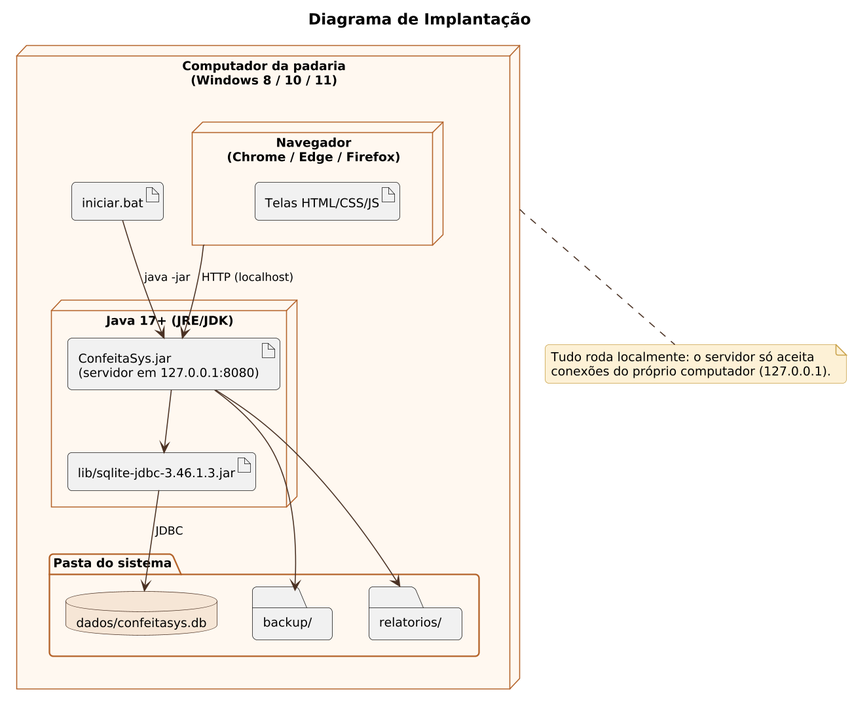
Above: docs/diagramas/png/06_implantacao.png in Hallff/ConfeitaSys (PlantUML), before the change. The source it was exported from:
```plantuml
@startuml
!include _estilo.iuml
title Diagrama de Implantação

node "Computador da padaria\n(Windows 8 / 10 / 11)" as PC {
  node "Navegador\n(Chrome / Edge / Firefox)" as NAV {
    artifact "Telas HTML/CSS/JS" as TELAS
  }
  node "Java 17+ (JRE/JDK)" as JVM {
    artifact "ConfeitaSys.jar\n(servidor em 127.0.0.1:8080)" as JAR
    artifact "lib/sqlite-jdbc-3.46.1.3.jar" as DRV
  }
  folder "Pasta do sistema" {
    database "dados/confeitasys.db" as DB
    folder "backup/" as B
    folder "relatorios/" as R
  }
  artifact "iniciar.bat" as BAT
}

BAT --> JAR : java -jar
NAV --> JAR : HTTP (localhost)
JAR --> DRV
DRV --> DB : JDBC
JAR --> B
JAR --> R
note bottom of PC
  Tudo roda localmente: o servidor só aceita
  conexões do próprio computador (127.0.0.1).
end note
@enduml
```
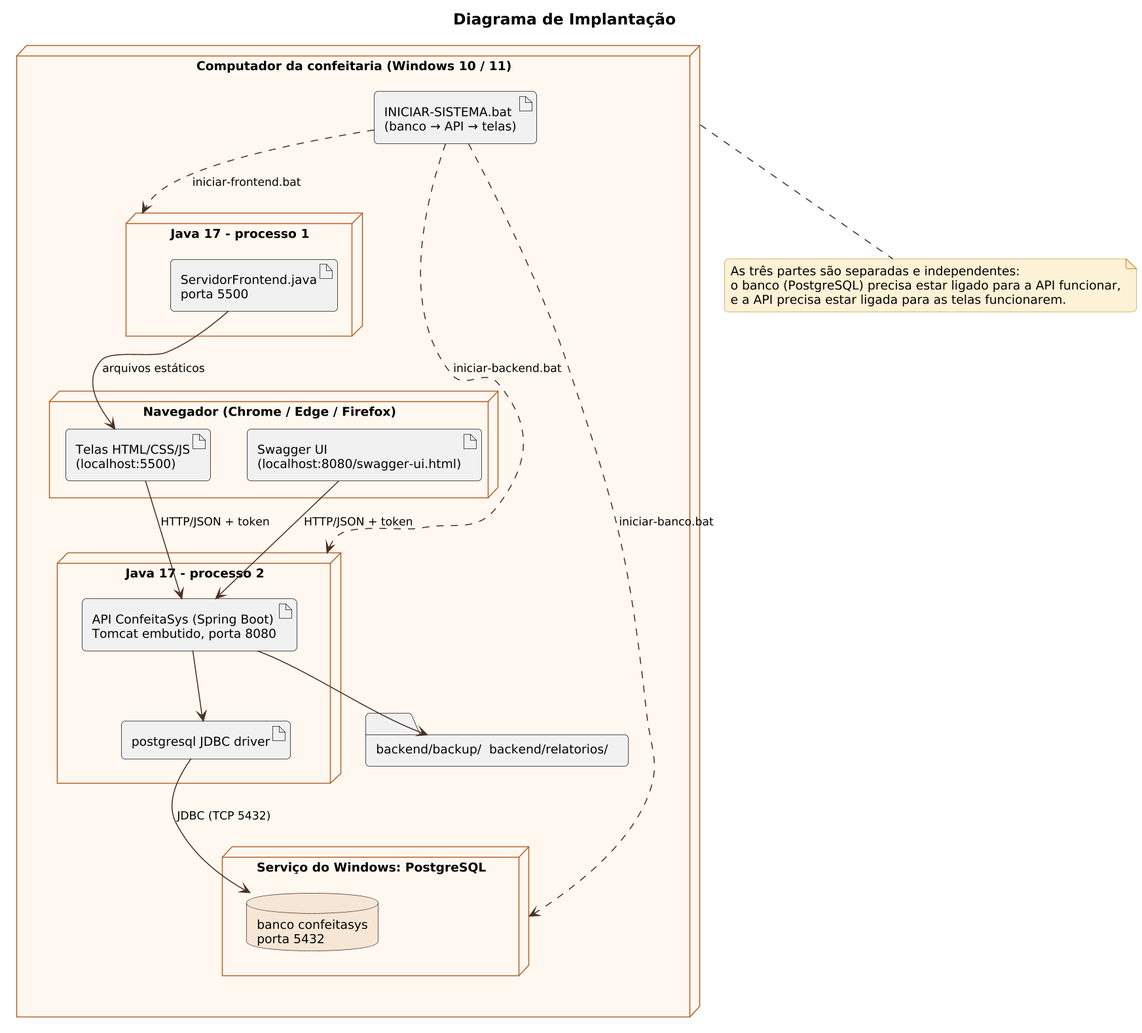
The same file after the commit.

Change to the diagram source:
```diff
@@ -2,30 +2,37 @@
 !include _estilo.iuml
 title Diagrama de Implantação
 
-node "Computador da padaria\n(Windows 8 / 10 / 11)" as PC {
-  node "Navegador\n(Chrome / Edge / Firefox)" as NAV {
-    artifact "Telas HTML/CSS/JS" as TELAS
+node "Computador da confeitaria (Windows 10 / 11)" as PC {
+  node "Navegador (Chrome / Edge / Firefox)" as NAV {
+    artifact "Telas HTML/CSS/JS\n(localhost:5500)" as TELAS
+    artifact "Swagger UI\n(localhost:8080/swagger-ui.html)" as SWG
   }
-  node "Java 17+ (JRE/JDK)" as JVM {
-    artifact "ConfeitaSys.jar\n(servidor em 127.0.0.1:8080)" as JAR
-    artifact "lib/sqlite-jdbc-3.46.1.3.jar" as DRV
+  node "Java 17 - processo 1" as J1 {
+    artifact "ServidorFrontend.java\nporta 5500" as SF
   }
-  folder "Pasta do sistema" {
-    database "dados/confeitasys.db" as DB
-    folder "backup/" as B
-    folder "relatorios/" as R
+  node "Java 17 - processo 2" as J2 {
+    artifact "API ConfeitaSys (Spring Boot)\nTomcat embutido, porta 8080" as API
+    artifact "postgresql JDBC driver" as DRV
   }
-  artifact "iniciar.bat" as BAT
+  node "Serviço do Windows: PostgreSQL" as PGN {
+    database "banco confeitasys\nporta 5432" as DB
+  }
+  folder "backend/backup/  backend/relatorios/" as PASTAS
+  artifact "INICIAR-SISTEMA.bat\n(banco → API → telas)" as BAT
 }
 
-BAT --> JAR : java -jar
-NAV --> JAR : HTTP (localhost)
-JAR --> DRV
-DRV --> DB : JDBC
-JAR --> B
-JAR --> R
+BAT ..> PGN : iniciar-banco.bat
+BAT ..> J2 : iniciar-backend.bat
+BAT ..> J1 : iniciar-frontend.bat
+SF --> TELAS : arquivos estáticos
+TELAS --> API : HTTP/JSON + token
+SWG --> API : HTTP/JSON + token
+API --> DRV
+DRV --> DB : JDBC (TCP 5432)
+API --> PASTAS
 note bottom of PC
-  Tudo roda localmente: o servidor só aceita
-  conexões do próprio computador (127.0.0.1).
+  As três partes são separadas e independentes:
+  o banco (PostgreSQL) precisa estar ligado para a API funcionar,
+  e a API precisa estar ligada para as telas funcionarem.
 end note
 @enduml
```
